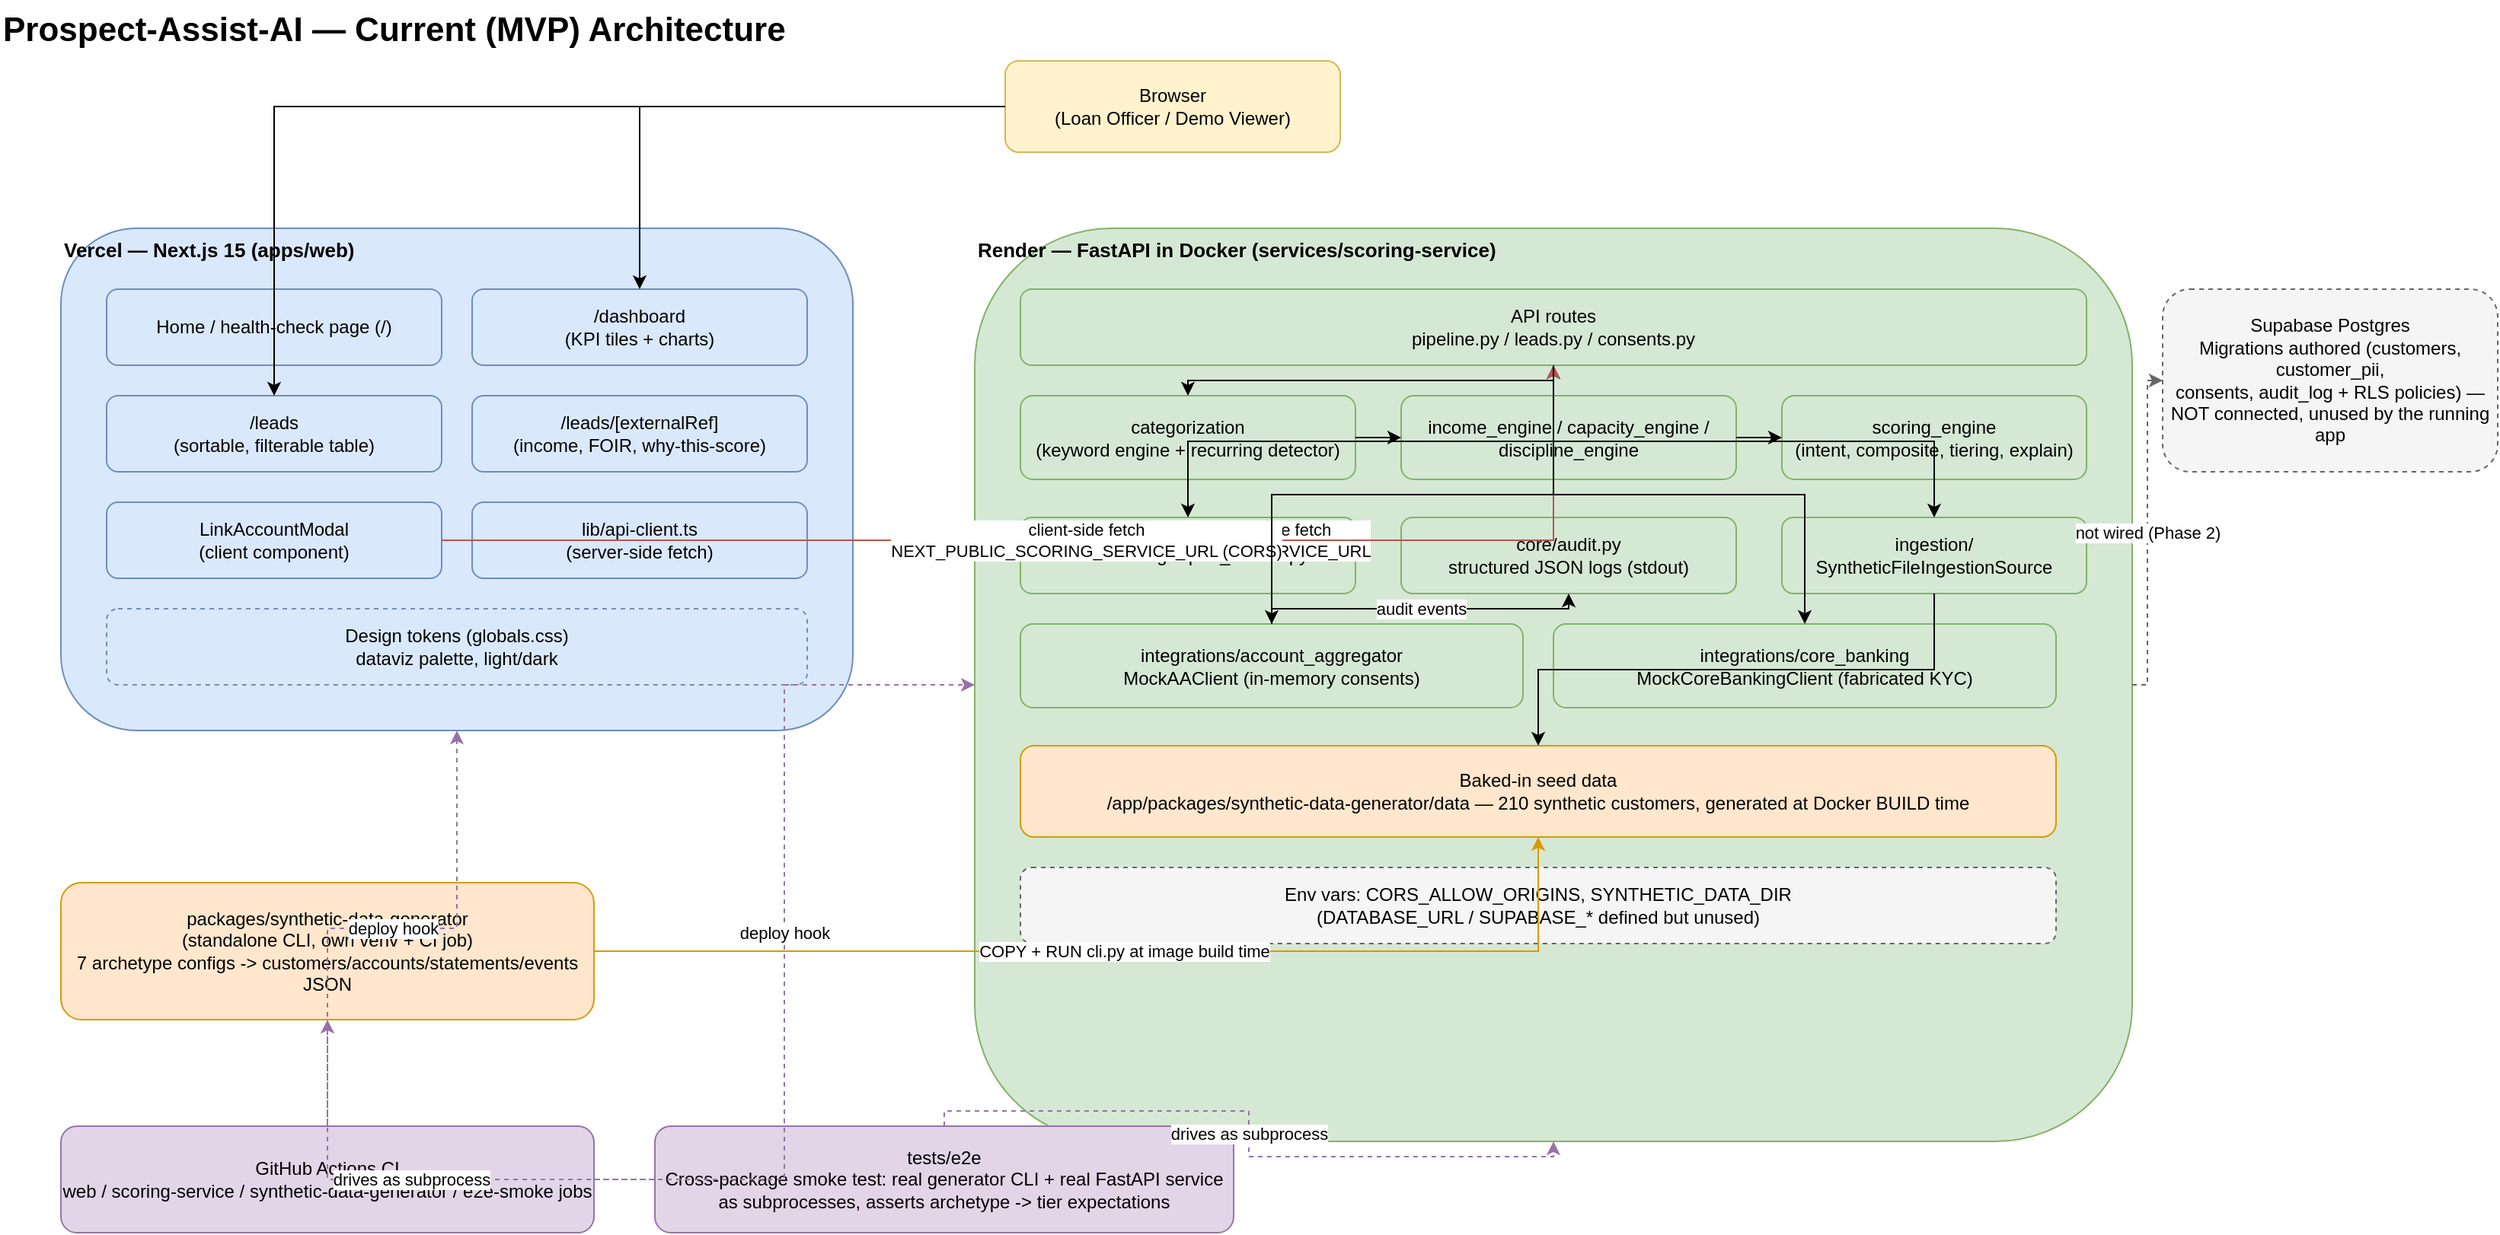
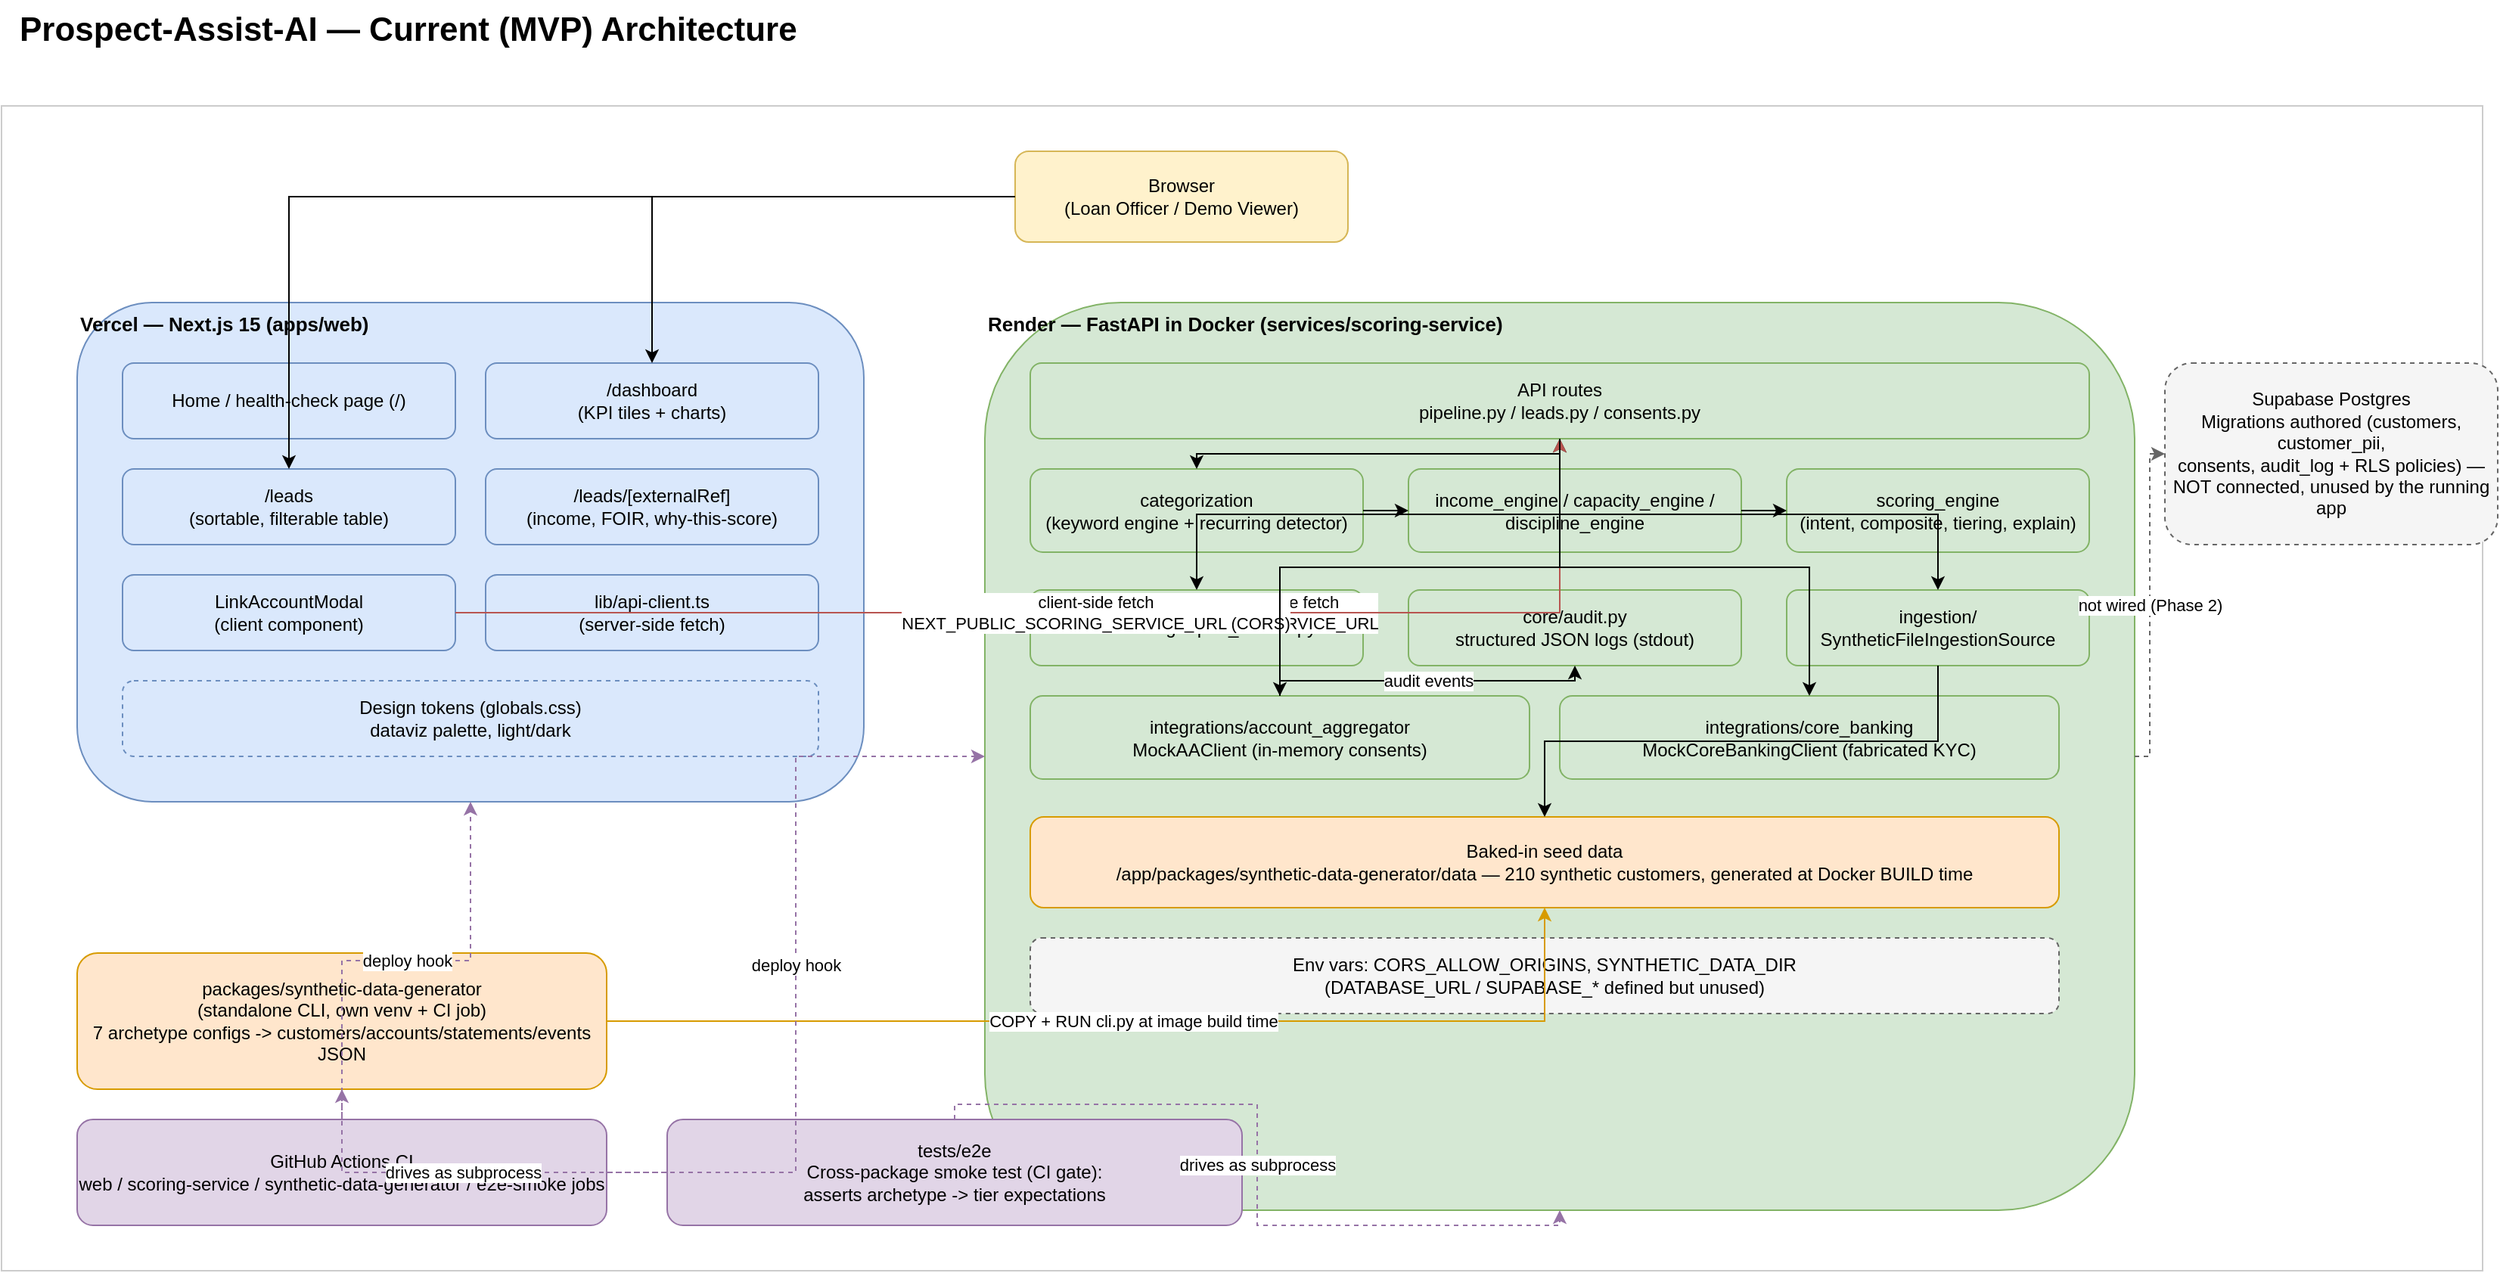
<mxfile host="app.diagrams.net">
  <diagram name="Current Architecture" id="current-arch">
    <mxGraphModel dx="1400" dy="900" grid="1" gridSize="10" guides="1" tooltips="1" connect="1" arrows="1" fold="1" page="1" pageScale="1" pageWidth="1700" pageHeight="1300" math="0" shadow="0">
      <root>
        <mxCell id="0" />
        <mxCell id="1" parent="0" />
+ 
+         <!-- White background container -->
+         <mxCell id="bg" value="" style="rounded=0;whiteSpace=wrap;html=1;fillColor=#FFFFFF;strokeColor=#CCCCCC;verticalAlign=top;" vertex="1" parent="1">
+           <mxGeometry x="30" y="90" width="1640" height="770" as="geometry" />
+         </mxCell>

        <!-- Title -->
        <mxCell id="title" value="Prospect-Assist-AI — Current (MVP) Architecture" style="text;html=1;fontSize=22;fontStyle=1;align=left;" vertex="1" parent="1">
          <mxGeometry x="40" y="20" width="700" height="30" as="geometry" />
        </mxCell>

        <!-- Browser -->
        <mxCell id="browser" value="Browser&#10;(Loan Officer / Demo Viewer)" style="rounded=1;whiteSpace=wrap;html=1;fillColor=#fff2cc;strokeColor=#d6b656;" vertex="1" parent="1">
-           <mxGeometry x="700" y="60" width="220" height="60" as="geometry" />
+           <mxGeometry x="700" y="120" width="220" height="60" as="geometry" />
        </mxCell>

        <!-- Vercel container -->
        <mxCell id="vercelBox" value="Vercel — Next.js 15 (apps/web)" style="rounded=1;whiteSpace=wrap;html=1;verticalAlign=top;align=left;fontStyle=1;fillColor=#dae8fc;strokeColor=#6c8ebf;fontSize=13;" vertex="1" parent="1">
-           <mxGeometry x="80" y="170" width="520" height="330" as="geometry" />
+           <mxGeometry x="80" y="220" width="520" height="330" as="geometry" />
        </mxCell>
        <mxCell id="vHome" value="Home / health-check page (/)" style="rounded=1;whiteSpace=wrap;html=1;fillColor=#dae8fc;strokeColor=#6c8ebf;" vertex="1" parent="1">
-           <mxGeometry x="110" y="210" width="220" height="50" as="geometry" />
+           <mxGeometry x="110" y="260" width="220" height="50" as="geometry" />
        </mxCell>
        <mxCell id="vDashboard" value="/dashboard&#10;(KPI tiles + charts)" style="rounded=1;whiteSpace=wrap;html=1;fillColor=#dae8fc;strokeColor=#6c8ebf;" vertex="1" parent="1">
-           <mxGeometry x="350" y="210" width="220" height="50" as="geometry" />
+           <mxGeometry x="350" y="260" width="220" height="50" as="geometry" />
        </mxCell>
        <mxCell id="vLeads" value="/leads&#10;(sortable, filterable table)" style="rounded=1;whiteSpace=wrap;html=1;fillColor=#dae8fc;strokeColor=#6c8ebf;" vertex="1" parent="1">
-           <mxGeometry x="110" y="280" width="220" height="50" as="geometry" />
+           <mxGeometry x="110" y="330" width="220" height="50" as="geometry" />
        </mxCell>
        <mxCell id="vDetail" value="/leads/[externalRef]&#10;(income, FOIR, why-this-score)" style="rounded=1;whiteSpace=wrap;html=1;fillColor=#dae8fc;strokeColor=#6c8ebf;" vertex="1" parent="1">
-           <mxGeometry x="350" y="280" width="220" height="50" as="geometry" />
+           <mxGeometry x="350" y="330" width="220" height="50" as="geometry" />
        </mxCell>
        <mxCell id="vModal" value="LinkAccountModal&#10;(client component)" style="rounded=1;whiteSpace=wrap;html=1;fillColor=#dae8fc;strokeColor=#6c8ebf;" vertex="1" parent="1">
-           <mxGeometry x="110" y="350" width="220" height="50" as="geometry" />
+           <mxGeometry x="110" y="400" width="220" height="50" as="geometry" />
        </mxCell>
        <mxCell id="vApiClient" value="lib/api-client.ts&#10;(server-side fetch)" style="rounded=1;whiteSpace=wrap;html=1;fillColor=#dae8fc;strokeColor=#6c8ebf;" vertex="1" parent="1">
-           <mxGeometry x="350" y="350" width="220" height="50" as="geometry" />
+           <mxGeometry x="350" y="400" width="220" height="50" as="geometry" />
        </mxCell>
        <mxCell id="vTokens" value="Design tokens (globals.css)&#10;dataviz palette, light/dark" style="rounded=1;whiteSpace=wrap;html=1;fillColor=#dae8fc;strokeColor=#6c8ebf;dashed=1;" vertex="1" parent="1">
-           <mxGeometry x="110" y="420" width="460" height="50" as="geometry" />
+           <mxGeometry x="110" y="470" width="460" height="50" as="geometry" />
        </mxCell>

        <!-- Render container -->
        <mxCell id="renderBox" value="Render — FastAPI in Docker (services/scoring-service)" style="rounded=1;whiteSpace=wrap;html=1;verticalAlign=top;align=left;fontStyle=1;fillColor=#d5e8d4;strokeColor=#82b366;fontSize=13;" vertex="1" parent="1">
-           <mxGeometry x="680" y="170" width="760" height="600" as="geometry" />
+           <mxGeometry x="680" y="220" width="760" height="600" as="geometry" />
        </mxCell>
        <mxCell id="rRoutes" value="API routes&#10;pipeline.py / leads.py / consents.py" style="rounded=1;whiteSpace=wrap;html=1;fillColor=#d5e8d4;strokeColor=#82b366;" vertex="1" parent="1">
-           <mxGeometry x="710" y="210" width="700" height="50" as="geometry" />
+           <mxGeometry x="710" y="260" width="700" height="50" as="geometry" />
        </mxCell>
        <mxCell id="rCategorize" value="categorization&#10;(keyword engine + recurring detector)" style="rounded=1;whiteSpace=wrap;html=1;fillColor=#d5e8d4;strokeColor=#82b366;" vertex="1" parent="1">
-           <mxGeometry x="710" y="280" width="220" height="55" as="geometry" />
+           <mxGeometry x="710" y="330" width="220" height="55" as="geometry" />
        </mxCell>
        <mxCell id="rIncomeCap" value="income_engine / capacity_engine /&#10;discipline_engine" style="rounded=1;whiteSpace=wrap;html=1;fillColor=#d5e8d4;strokeColor=#82b366;" vertex="1" parent="1">
-           <mxGeometry x="960" y="280" width="220" height="55" as="geometry" />
+           <mxGeometry x="960" y="330" width="220" height="55" as="geometry" />
        </mxCell>
        <mxCell id="rScoring" value="scoring_engine&#10;(intent, composite, tiering, explain)" style="rounded=1;whiteSpace=wrap;html=1;fillColor=#d5e8d4;strokeColor=#82b366;" vertex="1" parent="1">
-           <mxGeometry x="1210" y="280" width="200" height="55" as="geometry" />
+           <mxGeometry x="1210" y="330" width="200" height="55" as="geometry" />
        </mxCell>
        <mxCell id="rUnderwriting" value="underwriting/report_builder.py" style="rounded=1;whiteSpace=wrap;html=1;fillColor=#d5e8d4;strokeColor=#82b366;" vertex="1" parent="1">
-           <mxGeometry x="710" y="360" width="220" height="50" as="geometry" />
+           <mxGeometry x="710" y="410" width="220" height="50" as="geometry" />
        </mxCell>
        <mxCell id="rAudit" value="core/audit.py&#10;structured JSON logs (stdout)" style="rounded=1;whiteSpace=wrap;html=1;fillColor=#d5e8d4;strokeColor=#82b366;" vertex="1" parent="1">
-           <mxGeometry x="960" y="360" width="220" height="50" as="geometry" />
+           <mxGeometry x="960" y="410" width="220" height="50" as="geometry" />
        </mxCell>
        <mxCell id="rIngestion" value="ingestion/&#10;SyntheticFileIngestionSource" style="rounded=1;whiteSpace=wrap;html=1;fillColor=#d5e8d4;strokeColor=#82b366;" vertex="1" parent="1">
-           <mxGeometry x="1210" y="360" width="200" height="50" as="geometry" />
+           <mxGeometry x="1210" y="410" width="200" height="50" as="geometry" />
        </mxCell>
        <mxCell id="rAAMock" value="integrations/account_aggregator&#10;MockAAClient (in-memory consents)" style="rounded=1;whiteSpace=wrap;html=1;fillColor=#d5e8d4;strokeColor=#82b366;" vertex="1" parent="1">
-           <mxGeometry x="710" y="430" width="330" height="55" as="geometry" />
+           <mxGeometry x="710" y="480" width="330" height="55" as="geometry" />
        </mxCell>
        <mxCell id="rCoreBankMock" value="integrations/core_banking&#10;MockCoreBankingClient (fabricated KYC)" style="rounded=1;whiteSpace=wrap;html=1;fillColor=#d5e8d4;strokeColor=#82b366;" vertex="1" parent="1">
-           <mxGeometry x="1060" y="430" width="330" height="55" as="geometry" />
+           <mxGeometry x="1060" y="480" width="330" height="55" as="geometry" />
        </mxCell>
        <mxCell id="rSeedData" value="Baked-in seed data&#10;/app/packages/synthetic-data-generator/data — 210 synthetic customers, generated at Docker BUILD time" style="rounded=1;whiteSpace=wrap;html=1;fillColor=#ffe6cc;strokeColor=#d79b00;" vertex="1" parent="1">
-           <mxGeometry x="710" y="510" width="680" height="60" as="geometry" />
+           <mxGeometry x="710" y="560" width="680" height="60" as="geometry" />
        </mxCell>
        <mxCell id="rEnv" value="Env vars: CORS_ALLOW_ORIGINS, SYNTHETIC_DATA_DIR&#10;(DATABASE_URL / SUPABASE_* defined but unused)" style="rounded=1;whiteSpace=wrap;html=1;fillColor=#f5f5f5;strokeColor=#666666;dashed=1;" vertex="1" parent="1">
-           <mxGeometry x="710" y="590" width="680" height="50" as="geometry" />
+           <mxGeometry x="710" y="640" width="680" height="50" as="geometry" />
        </mxCell>

        <!-- synthetic-data-generator package -->
        <mxCell id="genPkg" value="packages/synthetic-data-generator&#10;(standalone CLI, own venv + CI job)&#10;7 archetype configs -&gt; customers/accounts/statements/events JSON" style="rounded=1;whiteSpace=wrap;html=1;fillColor=#ffe6cc;strokeColor=#d79b00;" vertex="1" parent="1">
-           <mxGeometry x="80" y="600" width="350" height="90" as="geometry" />
+           <mxGeometry x="80" y="650" width="350" height="90" as="geometry" />
        </mxCell>

        <!-- GitHub Actions CI -->
        <mxCell id="ci" value="GitHub Actions CI&#10;web / scoring-service / synthetic-data-generator / e2e-smoke jobs" style="rounded=1;whiteSpace=wrap;html=1;fillColor=#e1d5e7;strokeColor=#9673a6;" vertex="1" parent="1">
          <mxGeometry x="80" y="760" width="350" height="70" as="geometry" />
        </mxCell>

        <!-- tests/e2e -->
-         <mxCell id="e2e" value="tests/e2e&#10;Cross-package smoke test: real generator CLI + real FastAPI service as subprocesses, asserts archetype -&gt; tier expectations" style="rounded=1;whiteSpace=wrap;html=1;fillColor=#e1d5e7;strokeColor=#9673a6;" vertex="1" parent="1">
+         <mxCell id="e2e" value="tests/e2e&#10;Cross-package smoke test (CI gate):&#10;asserts archetype -&gt; tier expectations" style="rounded=1;whiteSpace=wrap;html=1;fillColor=#e1d5e7;strokeColor=#9673a6;" vertex="1" parent="1">
          <mxGeometry x="470" y="760" width="380" height="70" as="geometry" />
        </mxCell>

        <!-- Supabase (not connected) -->
        <mxCell id="supabase" value="Supabase Postgres&#10;Migrations authored (customers, customer_pii,&#10;consents, audit_log + RLS policies) —&#10;NOT connected, unused by the running app" style="rounded=1;whiteSpace=wrap;html=1;fillColor=#f5f5f5;strokeColor=#666666;dashed=1;" vertex="1" parent="1">
-           <mxGeometry x="1460" y="210" width="220" height="120" as="geometry" />
+           <mxGeometry x="1460" y="260" width="220" height="120" as="geometry" />
        </mxCell>

        <!-- Edges -->
        <mxCell id="e1" style="edgeStyle=orthogonalEdgeStyle;rounded=0;html=1;" edge="1" parent="1" source="browser" target="vDashboard">
          <mxGeometry relative="1" as="geometry" />
        </mxCell>
        <mxCell id="e2" style="edgeStyle=orthogonalEdgeStyle;rounded=0;html=1;" edge="1" parent="1" source="browser" target="vLeads">
          <mxGeometry relative="1" as="geometry" />
        </mxCell>
        <mxCell id="e3" value="server-side fetch&#10;SCORING_SERVICE_URL" style="edgeStyle=orthogonalEdgeStyle;rounded=0;html=1;" edge="1" parent="1" source="vApiClient" target="rRoutes">
          <mxGeometry relative="1" as="geometry" />
        </mxCell>
        <mxCell id="e4" value="client-side fetch&#10;NEXT_PUBLIC_SCORING_SERVICE_URL (CORS)" style="edgeStyle=orthogonalEdgeStyle;rounded=0;html=1;strokeColor=#b85450;" edge="1" parent="1" source="vModal" target="rRoutes">
          <mxGeometry relative="1" as="geometry" />
        </mxCell>
        <mxCell id="e5" style="edgeStyle=orthogonalEdgeStyle;rounded=0;html=1;" edge="1" parent="1" source="rRoutes" target="rCategorize">
          <mxGeometry relative="1" as="geometry" />
        </mxCell>
        <mxCell id="e6" style="edgeStyle=orthogonalEdgeStyle;rounded=0;html=1;" edge="1" parent="1" source="rCategorize" target="rIncomeCap">
          <mxGeometry relative="1" as="geometry" />
        </mxCell>
        <mxCell id="e7" style="edgeStyle=orthogonalEdgeStyle;rounded=0;html=1;" edge="1" parent="1" source="rIncomeCap" target="rScoring">
          <mxGeometry relative="1" as="geometry" />
        </mxCell>
        <mxCell id="e8" style="edgeStyle=orthogonalEdgeStyle;rounded=0;html=1;" edge="1" parent="1" source="rRoutes" target="rUnderwriting">
          <mxGeometry relative="1" as="geometry" />
        </mxCell>
        <mxCell id="e9" style="edgeStyle=orthogonalEdgeStyle;rounded=0;html=1;" edge="1" parent="1" source="rRoutes" target="rIngestion">
          <mxGeometry relative="1" as="geometry" />
        </mxCell>
        <mxCell id="e10" style="edgeStyle=orthogonalEdgeStyle;rounded=0;html=1;" edge="1" parent="1" source="rIngestion" target="rSeedData">
          <mxGeometry relative="1" as="geometry" />
        </mxCell>
        <mxCell id="e11" style="edgeStyle=orthogonalEdgeStyle;rounded=0;html=1;" edge="1" parent="1" source="rRoutes" target="rAAMock">
          <mxGeometry relative="1" as="geometry" />
        </mxCell>
        <mxCell id="e12" style="edgeStyle=orthogonalEdgeStyle;rounded=0;html=1;" edge="1" parent="1" source="rRoutes" target="rCoreBankMock">
          <mxGeometry relative="1" as="geometry" />
        </mxCell>
        <mxCell id="e13" value="audit events" style="edgeStyle=orthogonalEdgeStyle;rounded=0;html=1;" edge="1" parent="1" source="rAAMock" target="rAudit">
          <mxGeometry relative="1" as="geometry" />
        </mxCell>
        <mxCell id="e14" value="COPY + RUN cli.py at image build time" style="edgeStyle=orthogonalEdgeStyle;rounded=0;html=1;strokeColor=#d79b00;" edge="1" parent="1" source="genPkg" target="rSeedData">
          <mxGeometry relative="1" as="geometry" />
        </mxCell>
        <mxCell id="e15" value="deploy hook" style="edgeStyle=orthogonalEdgeStyle;rounded=0;html=1;dashed=1;strokeColor=#9673a6;" edge="1" parent="1" source="ci" target="vercelBox">
          <mxGeometry relative="1" as="geometry" />
        </mxCell>
        <mxCell id="e16" value="deploy hook" style="edgeStyle=orthogonalEdgeStyle;rounded=0;html=1;dashed=1;strokeColor=#9673a6;" edge="1" parent="1" source="ci" target="renderBox">
          <mxGeometry relative="1" as="geometry" />
        </mxCell>
        <mxCell id="e17" value="drives as subprocess" style="edgeStyle=orthogonalEdgeStyle;rounded=0;html=1;dashed=1;strokeColor=#9673a6;" edge="1" parent="1" source="e2e" target="genPkg">
          <mxGeometry relative="1" as="geometry" />
        </mxCell>
        <mxCell id="e18" value="drives as subprocess" style="edgeStyle=orthogonalEdgeStyle;rounded=0;html=1;dashed=1;strokeColor=#9673a6;" edge="1" parent="1" source="e2e" target="renderBox">
          <mxGeometry relative="1" as="geometry" />
        </mxCell>
        <mxCell id="e19" value="not wired (Phase 2)" style="edgeStyle=orthogonalEdgeStyle;rounded=0;html=1;dashed=1;strokeColor=#666666;" edge="1" parent="1" source="renderBox" target="supabase">
          <mxGeometry relative="1" as="geometry" />
        </mxCell>

      </root>
    </mxGraphModel>
  </diagram>
</mxfile>
